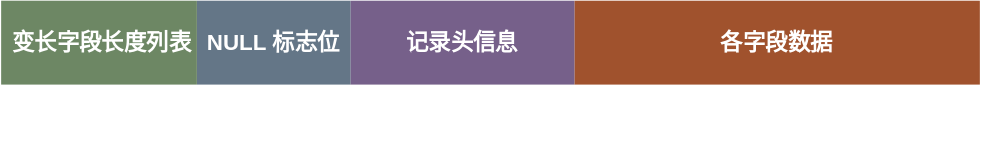
Earlier version of the draw.io export img/紧凑型行格式.drawio.svg (JaxonZen/image-host). Source tidied: cells renumbered, new cells last; positions are measured from the earlier drawing's top-left corner, leaving out a move shared by most shapes.
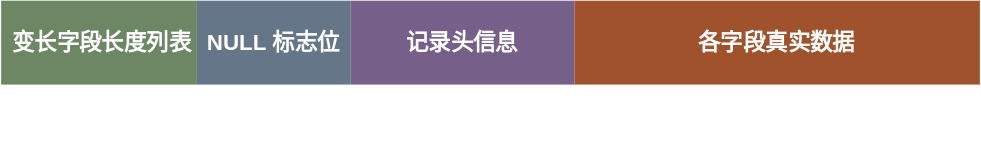
After the change.

Commit message:
已添加 紧凑型行格式.drawio.svg

What changed in the source:
```diff
@@ -8,7 +8,7 @@
     <mxCell id="3" value="&amp;nbsp;变长字段长度列表" style="rounded=0;whiteSpace=wrap;html=1;fillColor=#6d8764;strokeColor=none;fontStyle=1;fontColor=#ffffff;fontSize=16;" parent="1" vertex="1">
       <mxGeometry width="140" height="60" as="geometry" />
     </mxCell>
-    <mxCell id="4" value="各字段数据" style="rounded=0;whiteSpace=wrap;html=1;fontStyle=1;fillColor=#a0522d;strokeColor=none;fontColor=#ffffff;fontSize=16;" parent="1" vertex="1">
+    <mxCell id="4" value="各字段真实数据" style="rounded=0;whiteSpace=wrap;html=1;fontStyle=1;fillColor=#a0522d;strokeColor=none;fontColor=#ffffff;fontSize=16;" parent="1" vertex="1">
       <mxGeometry x="410" width="290" height="60" as="geometry" />
     </mxCell>
     <mxCell id="5" value="记录头信息" style="rounded=0;whiteSpace=wrap;html=1;fontStyle=1;fillColor=#76608a;strokeColor=none;fontColor=#ffffff;fontSize=16;" parent="1" vertex="1">
```
